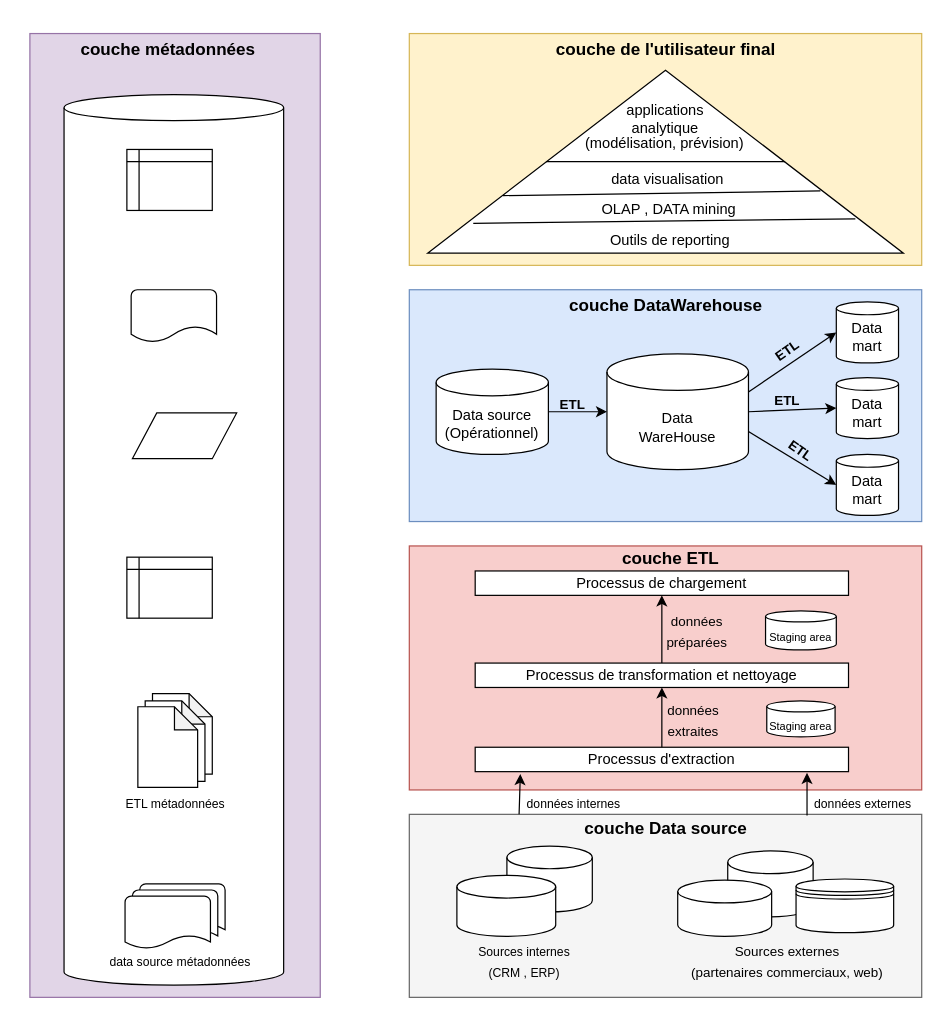
Before: Untitled Diagram.drawio in Azed96/ProjetBADA, a draw.io diagram. Source tidied: cells renumbered, new cells numbered last; positions are measured from the earlier drawing's top-left corner, leaving out a move shared by most shapes. Both pictures are drawn from the tidied source at 122%, with x=0, y=0 at pixel (21, -77).
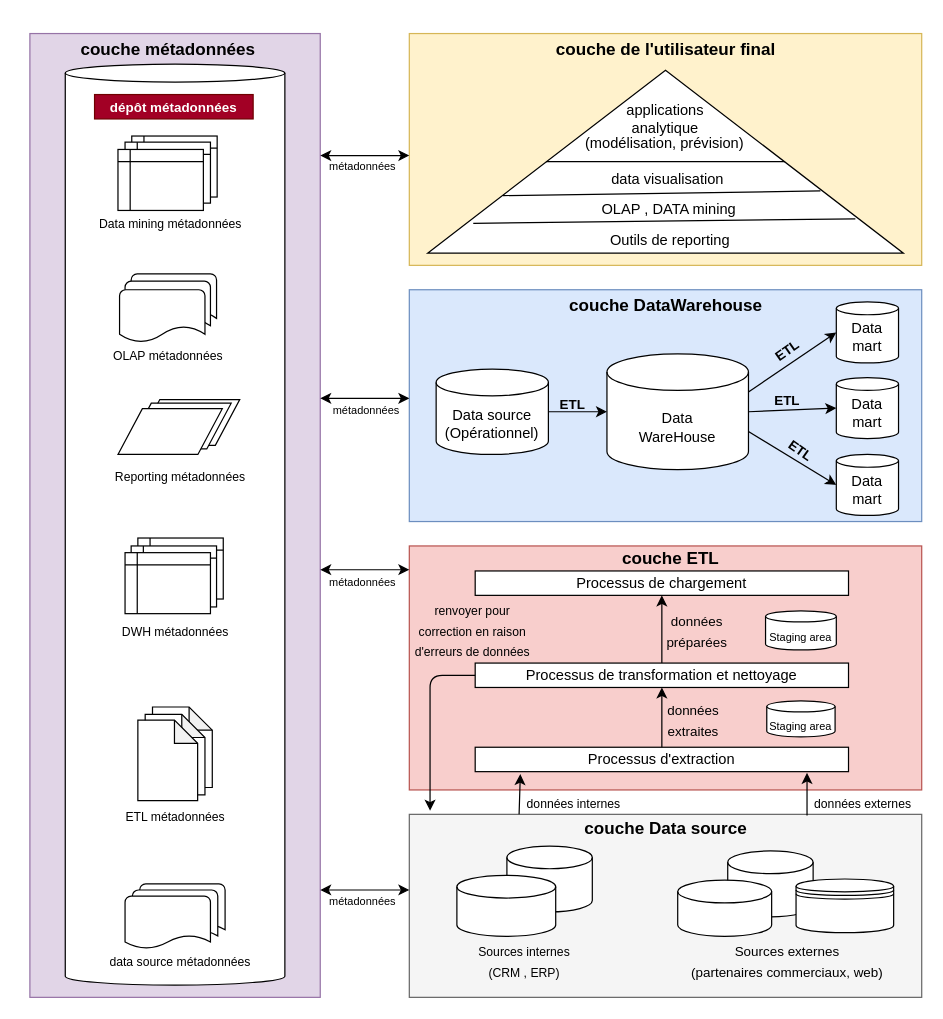
After the change.

The change refers to these unchanged cells:
```xml
<mxCell id="31" value="Processus de&amp;nbsp;&lt;span&gt;transformation et nettoyage&lt;br&gt;&lt;/span&gt;" style="rounded=0;whiteSpace=wrap;html=1;shadow=0;comic=0;strokeWidth=1;gradientDirection=south;" parent="1" vertex="1">
  <mxGeometry x="372" y="606" width="306" height="20" as="geometry" />
</mxCell>
```

The edit, as a diff of the source:
```diff
@@
-    <mxCell id="54" style="shape=cylinder3;whiteSpace=wrap;html=1;boundedLbl=1;backgroundOutline=1;size=10.723243713378906;shadow=0;comic=0;fontSize=14;strokeWidth=1;gradientColor=none;" parent="1" vertex="1">
-      <mxGeometry x="35" y="140" width="180" height="730" as="geometry" />
+    <mxCell id="54" style="shape=cylinder3;whiteSpace=wrap;html=1;boundedLbl=1;backgroundOutline=1;size=7.389930725097656;shadow=0;comic=0;fontSize=14;strokeWidth=1;gradientColor=none;" parent="1" vertex="1">
+      <mxGeometry x="36" y="115" width="180" height="755" as="geometry" />
     </mxCell>
@@
     <mxCell id="59" style="shape=note;whiteSpace=wrap;html=1;backgroundOutline=1;darkOpacity=0.05;shadow=0;comic=0;fontSize=14;strokeWidth=1;gradientColor=none;size=19;" parent="1" vertex="1">
-      <mxGeometry x="107.5" y="631" width="49" height="66" as="geometry" />
+      <mxGeometry x="107.5" y="642" width="49" height="66" as="geometry" />
     </mxCell>
     <mxCell id="60" value="&lt;font style=&quot;font-size: 10px&quot;&gt;ETL métadonnées&lt;/font&gt;" style="text;html=1;strokeColor=none;fillColor=none;align=center;verticalAlign=middle;whiteSpace=wrap;rounded=0;shadow=0;comic=0;fontSize=14;" parent="1" vertex="1">
-      <mxGeometry x="61.5" y="710" width="129" height="20" as="geometry" />
+      <mxGeometry x="61.5" y="721" width="129" height="20" as="geometry" />
     </mxCell>
     <mxCell id="61" style="shape=note;whiteSpace=wrap;html=1;backgroundOutline=1;darkOpacity=0.05;shadow=0;comic=0;fontSize=14;strokeWidth=1;gradientColor=none;size=19;" parent="1" vertex="1">
-      <mxGeometry x="101.5" y="637" width="49" height="66" as="geometry" />
+      <mxGeometry x="101.5" y="648" width="49" height="66" as="geometry" />
     </mxCell>
     <mxCell id="62" style="shape=note;whiteSpace=wrap;html=1;backgroundOutline=1;darkOpacity=0.05;shadow=0;comic=0;fontSize=14;strokeWidth=1;gradientColor=none;size=19;" parent="1" vertex="1">
-      <mxGeometry x="95.5" y="641.8" width="49" height="66" as="geometry" />
+      <mxGeometry x="95.5" y="652.8" width="49" height="66" as="geometry" />
     </mxCell>
     <mxCell id="63" style="shape=internalStorage;whiteSpace=wrap;html=1;backgroundOutline=1;shadow=0;comic=0;fontSize=14;strokeWidth=1;gradientColor=none;dx=10;dy=10;" parent="1" vertex="1">
-      <mxGeometry x="86.5" y="519.2" width="70" height="50" as="geometry" />
+      <mxGeometry x="95.5" y="503.5" width="70" height="50" as="geometry" />
     </mxCell>
     <mxCell id="64" style="shape=parallelogram;perimeter=parallelogramPerimeter;whiteSpace=wrap;html=1;fixedSize=1;shadow=0;comic=0;fontSize=14;strokeWidth=1;gradientColor=none;" parent="1" vertex="1">
-      <mxGeometry x="91" y="401" width="85.5" height="37.5" as="geometry" />
+      <mxGeometry x="93.5" y="390" width="85.5" height="37.5" as="geometry" />
     </mxCell>
-    <mxCell id="65" style="strokeWidth=1;html=1;shape=mxgraph.flowchart.document2;whiteSpace=wrap;size=0.3043310475903888;shadow=0;comic=0;fontSize=14;gradientColor=none;" parent="1" vertex="1">
-      <mxGeometry x="90" y="300" width="70" height="43" as="geometry" />
-    </mxCell>
     <mxCell id="66" style="shape=internalStorage;whiteSpace=wrap;html=1;backgroundOutline=1;shadow=0;comic=0;fontSize=14;strokeWidth=1;gradientColor=none;dx=10;dy=10;" parent="1" vertex="1">
-      <mxGeometry x="86.5" y="185" width="70" height="50" as="geometry" />
+      <mxGeometry x="90.5" y="174" width="70" height="50" as="geometry" />
     </mxCell>
+    <mxCell id="67" style="shape=internalStorage;whiteSpace=wrap;html=1;backgroundOutline=1;shadow=0;comic=0;fontSize=14;strokeWidth=1;gradientColor=none;dx=10;dy=10;" parent="1" vertex="1">
+      <mxGeometry x="90" y="510" width="70" height="50" as="geometry" />
+    </mxCell>
+    <mxCell id="68" style="shape=internalStorage;whiteSpace=wrap;html=1;backgroundOutline=1;shadow=0;comic=0;fontSize=14;strokeWidth=1;gradientColor=none;dx=10;dy=10;" parent="1" vertex="1">
+      <mxGeometry x="85" y="515.5" width="70" height="50" as="geometry" />
+    </mxCell>
+    <mxCell id="69" value="&lt;font style=&quot;font-size: 10px&quot;&gt;DWH métadonnées&lt;/font&gt;" style="text;html=1;strokeColor=none;fillColor=none;align=center;verticalAlign=middle;whiteSpace=wrap;rounded=0;shadow=0;comic=0;fontSize=14;" parent="1" vertex="1">
+      <mxGeometry x="61.5" y="569.2" width="129" height="20" as="geometry" />
+    </mxCell>
+    <mxCell id="70" style="shape=parallelogram;perimeter=parallelogramPerimeter;whiteSpace=wrap;html=1;fixedSize=1;shadow=0;comic=0;fontSize=14;strokeWidth=1;gradientColor=none;" parent="1" vertex="1">
+      <mxGeometry x="86.5" y="393" width="85.5" height="37.5" as="geometry" />
+    </mxCell>
+    <mxCell id="71" style="shape=parallelogram;perimeter=parallelogramPerimeter;whiteSpace=wrap;html=1;fixedSize=1;shadow=0;comic=0;fontSize=14;strokeWidth=1;gradientColor=none;" parent="1" vertex="1">
+      <mxGeometry x="79.2" y="397.5" width="85.5" height="37.5" as="geometry" />
+    </mxCell>
+    <mxCell id="72" value="&lt;font style=&quot;font-size: 10px&quot;&gt;Reporting métadonnées&lt;/font&gt;" style="text;html=1;strokeColor=none;fillColor=none;align=center;verticalAlign=middle;whiteSpace=wrap;rounded=0;shadow=0;comic=0;fontSize=14;" parent="1" vertex="1">
+      <mxGeometry x="66" y="442" width="129" height="20" as="geometry" />
+    </mxCell>
+    <mxCell id="73" style="strokeWidth=1;html=1;shape=mxgraph.flowchart.document2;whiteSpace=wrap;size=0.3043310475903888;shadow=0;comic=0;fontSize=14;gradientColor=none;" parent="1" vertex="1">
+      <mxGeometry x="90" y="287" width="70" height="43" as="geometry" />
+    </mxCell>
+    <mxCell id="74" style="strokeWidth=1;html=1;shape=mxgraph.flowchart.document2;whiteSpace=wrap;size=0.3043310475903888;shadow=0;comic=0;fontSize=14;gradientColor=none;" parent="1" vertex="1">
+      <mxGeometry x="85" y="293" width="70" height="43" as="geometry" />
+    </mxCell>
+    <mxCell id="75" style="strokeWidth=1;html=1;shape=mxgraph.flowchart.document2;whiteSpace=wrap;size=0.3043310475903888;shadow=0;comic=0;fontSize=14;gradientColor=none;" parent="1" vertex="1">
+      <mxGeometry x="80.5" y="300" width="70" height="43" as="geometry" />
+    </mxCell>
+    <mxCell id="76" value="&lt;font style=&quot;font-size: 10px&quot;&gt;OLAP métadonnées&lt;/font&gt;" style="text;html=1;strokeColor=none;fillColor=none;align=center;verticalAlign=middle;whiteSpace=wrap;rounded=0;shadow=0;comic=0;fontSize=14;" parent="1" vertex="1">
+      <mxGeometry x="55.5" y="343" width="129" height="20" as="geometry" />
+    </mxCell>
+    <mxCell id="77" value="&lt;font style=&quot;font-size: 11px&quot;&gt;&lt;b&gt;dépôt&amp;nbsp;&lt;font style=&quot;font-size: 11px&quot;&gt;métadonnées&lt;/font&gt;&lt;/b&gt;&lt;/font&gt;" style="text;html=1;strokeColor=#6F0000;fillColor=#a20025;align=center;verticalAlign=middle;whiteSpace=wrap;rounded=0;shadow=0;comic=0;fontSize=14;fontColor=#ffffff;" parent="1" vertex="1">
+      <mxGeometry x="60" y="140" width="130" height="20" as="geometry" />
+    </mxCell>
+    <mxCell id="78" style="shape=internalStorage;whiteSpace=wrap;html=1;backgroundOutline=1;shadow=0;comic=0;fontSize=14;strokeWidth=1;gradientColor=none;dx=10;dy=10;" parent="1" vertex="1">
+      <mxGeometry x="85" y="179" width="70" height="50" as="geometry" />
+    </mxCell>
+    <mxCell id="79" style="shape=internalStorage;whiteSpace=wrap;html=1;backgroundOutline=1;shadow=0;comic=0;fontSize=14;strokeWidth=1;gradientColor=none;dx=10;dy=10;" parent="1" vertex="1">
+      <mxGeometry x="79.2" y="185" width="70" height="50" as="geometry" />
+    </mxCell>
+    <mxCell id="80" value="&lt;font style=&quot;font-size: 10px&quot;&gt;Data mining métadonnées&lt;/font&gt;" style="text;html=1;strokeColor=none;fillColor=none;align=center;verticalAlign=middle;whiteSpace=wrap;rounded=0;shadow=0;comic=0;fontSize=14;" parent="1" vertex="1">
+      <mxGeometry x="57.5" y="235" width="129" height="20" as="geometry" />
+    </mxCell>
+    <mxCell id="81" style="endArrow=classic;startArrow=classic;html=1;fontSize=14;entryX=0;entryY=0.5;entryDx=0;entryDy=0;" parent="1" edge="1">
+      <mxGeometry relative="1" as="geometry">
+        <mxPoint x="245" y="792" as="sourcePoint" />
+        <mxPoint x="318" y="792" as="targetPoint" />
+      </mxGeometry>
+    </mxCell>
+    <mxCell id="82" style="endArrow=classic;startArrow=classic;html=1;fontSize=14;entryX=0;entryY=0.5;entryDx=0;entryDy=0;" parent="1" edge="1">
+      <mxGeometry relative="1" as="geometry">
+        <mxPoint x="245" y="529.5" as="sourcePoint" />
+        <mxPoint x="318" y="529.5" as="targetPoint" />
+      </mxGeometry>
+    </mxCell>
+    <mxCell id="83" style="endArrow=classic;startArrow=classic;html=1;fontSize=14;entryX=0;entryY=0.5;entryDx=0;entryDy=0;" parent="1" edge="1">
+      <mxGeometry relative="1" as="geometry">
+        <mxPoint x="245" y="389" as="sourcePoint" />
+        <mxPoint x="318" y="389" as="targetPoint" />
+      </mxGeometry>
+    </mxCell>
+    <mxCell id="84" style="endArrow=classic;startArrow=classic;html=1;fontSize=14;entryX=0;entryY=0.5;entryDx=0;entryDy=0;" parent="1" edge="1">
+      <mxGeometry relative="1" as="geometry">
+        <mxPoint x="245" y="190" as="sourcePoint" />
+        <mxPoint x="318" y="190" as="targetPoint" />
+      </mxGeometry>
+    </mxCell>
+    <mxCell id="85" value="&lt;font style=&quot;font-size: 9px&quot;&gt;métadonnées&lt;/font&gt;" style="text;html=1;strokeColor=none;fillColor=none;align=center;verticalAlign=middle;whiteSpace=wrap;rounded=0;shadow=0;comic=0;fontSize=14;" parent="1" vertex="1">
+      <mxGeometry x="245" y="187" width="70" height="20" as="geometry" />
+    </mxCell>
+    <mxCell id="86" value="&lt;font style=&quot;font-size: 9px&quot;&gt;métadonnées&lt;/font&gt;" style="text;html=1;strokeColor=none;fillColor=none;align=center;verticalAlign=middle;whiteSpace=wrap;rounded=0;shadow=0;comic=0;fontSize=14;" parent="1" vertex="1">
+      <mxGeometry x="248" y="387" width="70" height="20" as="geometry" />
+    </mxCell>
+    <mxCell id="87" value="&lt;font style=&quot;font-size: 9px&quot;&gt;métadonnées&lt;/font&gt;" style="text;html=1;strokeColor=none;fillColor=none;align=center;verticalAlign=middle;whiteSpace=wrap;rounded=0;shadow=0;comic=0;fontSize=14;" parent="1" vertex="1">
+      <mxGeometry x="245" y="527.5" width="70" height="20" as="geometry" />
+    </mxCell>
+    <mxCell id="88" value="&lt;font style=&quot;font-size: 9px&quot;&gt;métadonnées&lt;/font&gt;" style="text;html=1;strokeColor=none;fillColor=none;align=center;verticalAlign=middle;whiteSpace=wrap;rounded=0;shadow=0;comic=0;fontSize=14;" parent="1" vertex="1">
+      <mxGeometry x="245" y="790" width="70" height="20" as="geometry" />
+    </mxCell>
+    <mxCell id="89" style="edgeStyle=segmentEdgeStyle;endArrow=classic;html=1;fontSize=14;exitX=0;exitY=0.5;exitDx=0;exitDy=0;" parent="1" edge="1" source="31">
+      <mxGeometry relative="1" as="geometry">
+        <mxPoint x="335" y="727" as="targetPoint" />
+      </mxGeometry>
+    </mxCell>
+    <mxCell id="90" value="&lt;font style=&quot;font-size: 10px ; line-height: 30%&quot;&gt;renvoyer pour correction en raison d'erreurs de données&lt;/font&gt;" style="text;html=1;strokeColor=none;fillColor=none;align=center;verticalAlign=middle;whiteSpace=wrap;rounded=0;shadow=0;comic=0;fontSize=14;" parent="1" vertex="1">
+      <mxGeometry x="318" y="569.2" width="104" height="20" as="geometry" />
+    </mxCell>
```
